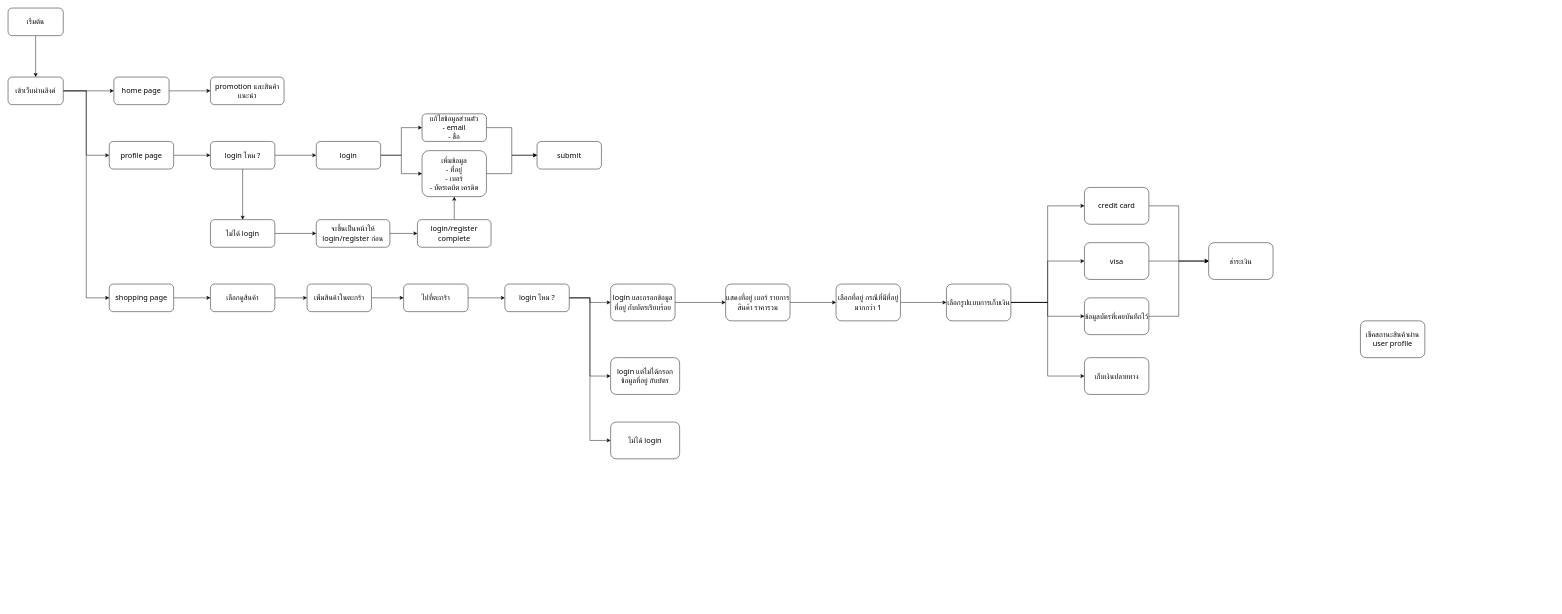
Pumpkin019/VIZ-MyShop keeps this draw.io diagram as page "Buy flow" (2 of 2) of Sell flow.drawio. Above is the earlier version. Source tidied: cells renumbered, new cells numbered last; positions are measured from the earlier drawing's top-left corner, leaving out a move shared by most shapes. Both pictures are drawn from the tidied source at 46%, with x=0, y=0 at pixel (8, 8).
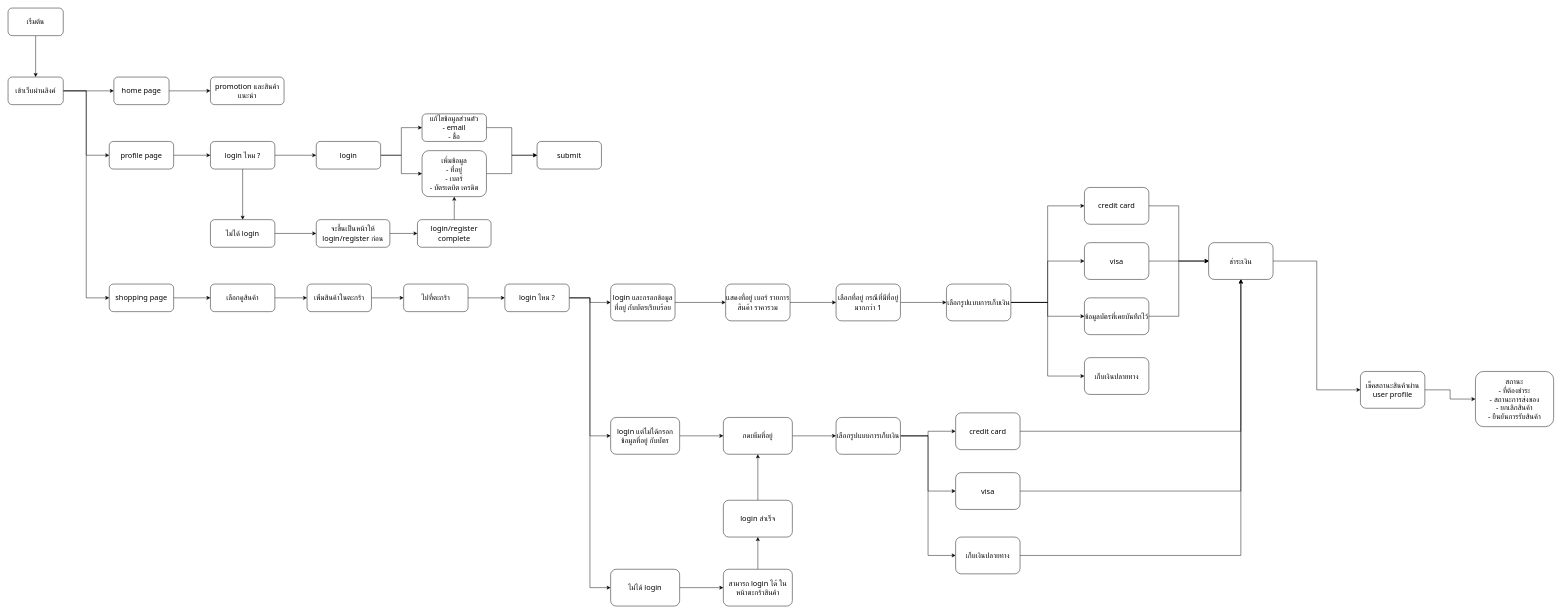
Above is the later version.

The change refers to these unchanged cells:
```xml
<mxCell id="60" value="ชำระเงิน" style="rounded=1;whiteSpace=wrap;html=1;fontFamily=Tahoma;fontSize=16;" parent="1" vertex="1">
  <mxGeometry x="2610" y="510" width="140" height="80" as="geometry" />
</mxCell>
```

The edit, as a diff of the source:
```diff
@@
+    <mxCell id="64" style="edgeStyle=orthogonalEdgeStyle;rounded=0;jettySize=auto;html=1;entryX=0;entryY=0.5;entryDx=0;entryDy=0;fontFamily=Tahoma;fontSize=16;" parent="1" edge="1" source="44" target="69">
+      <mxGeometry relative="1" as="geometry" />
+    </mxCell>
     <mxCell id="44" value="login แต่ไม่ได้กรอกข้อมูลที่อยู่ กับบัตร" style="rounded=1;whiteSpace=wrap;html=1;fontFamily=Tahoma;fontSize=16;" parent="1" vertex="1">
-      <mxGeometry x="1310" y="760" width="150" height="80" as="geometry" />
+      <mxGeometry x="1310" y="890" width="150" height="80" as="geometry" />
     </mxCell>
+    <mxCell id="65" style="edgeStyle=orthogonalEdgeStyle;rounded=0;jettySize=auto;html=1;fontFamily=Tahoma;fontSize=16;" parent="1" edge="1" source="45" target="81">
+      <mxGeometry relative="1" as="geometry" />
+    </mxCell>
     <mxCell id="45" value="ไม่ได้ login" style="rounded=1;whiteSpace=wrap;html=1;fontFamily=Tahoma;fontSize=16;" parent="1" vertex="1">
-      <mxGeometry x="1310" y="900" width="150" height="80" as="geometry" />
+      <mxGeometry x="1310" y="1220" width="150" height="80" as="geometry" />
     </mxCell>
@@
+    <mxCell id="66" style="edgeStyle=orthogonalEdgeStyle;rounded=0;jettySize=auto;html=1;entryX=0;entryY=0.5;entryDx=0;entryDy=0;fontFamily=Tahoma;fontSize=16;" parent="1" edge="1" source="60" target="63">
+      <mxGeometry relative="1" as="geometry" />
+    </mxCell>
@@
+    <mxCell id="67" style="edgeStyle=orthogonalEdgeStyle;rounded=0;jettySize=auto;html=1;fontFamily=Tahoma;fontSize=16;" parent="1" edge="1" source="63" target="84">
+      <mxGeometry relative="1" as="geometry" />
+    </mxCell>
     <mxCell id="63" value="เช็คสถานะสินค้าผ่าน user profile" style="rounded=1;whiteSpace=wrap;html=1;fontFamily=Tahoma;fontSize=16;" parent="1" vertex="1">
-      <mxGeometry x="2940" y="680" width="140" height="80" as="geometry" />
+      <mxGeometry x="2940" y="790" width="140" height="80" as="geometry" />
     </mxCell>
+    <mxCell id="68" style="edgeStyle=orthogonalEdgeStyle;rounded=0;jettySize=auto;html=1;fontFamily=Tahoma;fontSize=16;" parent="1" edge="1" source="69" target="73">
+      <mxGeometry relative="1" as="geometry" />
+    </mxCell>
+    <mxCell id="69" value="กดเพิ่มที่อยู่" style="rounded=1;whiteSpace=wrap;html=1;fontFamily=Tahoma;fontSize=16;" parent="1" vertex="1">
+      <mxGeometry x="1555" y="890" width="150" height="80" as="geometry" />
+    </mxCell>
+    <mxCell id="70" style="edgeStyle=orthogonalEdgeStyle;rounded=0;jettySize=auto;html=1;fontFamily=Tahoma;fontSize=16;" parent="1" edge="1" source="73" target="75">
+      <mxGeometry relative="1" as="geometry" />
+    </mxCell>
+    <mxCell id="71" style="edgeStyle=orthogonalEdgeStyle;rounded=0;jettySize=auto;html=1;entryX=0;entryY=0.5;entryDx=0;entryDy=0;fontFamily=Tahoma;fontSize=16;" parent="1" edge="1" source="73" target="77">
+      <mxGeometry relative="1" as="geometry" />
+    </mxCell>
+    <mxCell id="72" style="edgeStyle=orthogonalEdgeStyle;rounded=0;jettySize=auto;html=1;entryX=0;entryY=0.5;entryDx=0;entryDy=0;fontFamily=Tahoma;fontSize=16;" parent="1" edge="1" source="73" target="79">
+      <mxGeometry relative="1" as="geometry" />
+    </mxCell>
+    <mxCell id="73" value="เลือกรูปแบบการเก็บเงิน" style="rounded=1;whiteSpace=wrap;html=1;fontFamily=Tahoma;fontSize=16;" parent="1" vertex="1">
+      <mxGeometry x="1800" y="890" width="140" height="80" as="geometry" />
+    </mxCell>
+    <mxCell id="74" style="edgeStyle=orthogonalEdgeStyle;rounded=0;jettySize=auto;html=1;fontFamily=Tahoma;fontSize=16;" parent="1" edge="1" source="75" target="60">
+      <mxGeometry relative="1" as="geometry" />
+    </mxCell>
+    <mxCell id="75" value="credit card" style="rounded=1;whiteSpace=wrap;html=1;fontFamily=Tahoma;fontSize=16;" parent="1" vertex="1">
+      <mxGeometry x="2060" y="880" width="140" height="80" as="geometry" />
+    </mxCell>
+    <mxCell id="76" style="edgeStyle=orthogonalEdgeStyle;rounded=0;jettySize=auto;html=1;entryX=0.5;entryY=1;entryDx=0;entryDy=0;fontFamily=Tahoma;fontSize=16;" parent="1" edge="1" source="77" target="60">
+      <mxGeometry relative="1" as="geometry" />
+    </mxCell>
+    <mxCell id="77" value="visa" style="rounded=1;whiteSpace=wrap;html=1;fontFamily=Tahoma;fontSize=16;" parent="1" vertex="1">
+      <mxGeometry x="2060" y="1010" width="140" height="80" as="geometry" />
+    </mxCell>
+    <mxCell id="78" style="edgeStyle=orthogonalEdgeStyle;rounded=0;jettySize=auto;html=1;entryX=0.5;entryY=1;entryDx=0;entryDy=0;fontFamily=Tahoma;fontSize=16;" parent="1" edge="1" source="79" target="60">
+      <mxGeometry relative="1" as="geometry" />
+    </mxCell>
+    <mxCell id="79" value="เก็บเงินปลายทาง" style="rounded=1;whiteSpace=wrap;html=1;fontFamily=Tahoma;fontSize=16;" parent="1" vertex="1">
+      <mxGeometry x="2060" y="1150" width="140" height="80" as="geometry" />
+    </mxCell>
+    <mxCell id="80" style="edgeStyle=orthogonalEdgeStyle;rounded=0;jettySize=auto;html=1;fontFamily=Tahoma;fontSize=16;" parent="1" edge="1" source="81" target="83">
+      <mxGeometry relative="1" as="geometry" />
+    </mxCell>
+    <mxCell id="81" value="สามารถ login ได้ ในหน้าตะกร้าสินค้า" style="rounded=1;whiteSpace=wrap;html=1;fontFamily=Tahoma;fontSize=16;" parent="1" vertex="1">
+      <mxGeometry x="1555" y="1220" width="150" height="80" as="geometry" />
+    </mxCell>
+    <mxCell id="82" style="edgeStyle=orthogonalEdgeStyle;rounded=0;jettySize=auto;html=1;entryX=0.5;entryY=1;entryDx=0;entryDy=0;fontFamily=Tahoma;fontSize=16;" parent="1" edge="1" source="83" target="69">
+      <mxGeometry relative="1" as="geometry" />
+    </mxCell>
+    <mxCell id="83" value="login สำเร็จ" style="rounded=1;whiteSpace=wrap;html=1;fontFamily=Tahoma;fontSize=16;" parent="1" vertex="1">
+      <mxGeometry x="1555" y="1070" width="150" height="80" as="geometry" />
+    </mxCell>
+    <mxCell id="84" value="สถานะ&lt;br&gt;- ที่ต้องชำระ&lt;br&gt;- สถานะการส่งของ&lt;br&gt;- ยกเลิกสินค้า&lt;br&gt;- ยืนยันการรับสินค้า" style="rounded=1;whiteSpace=wrap;html=1;fontFamily=Tahoma;fontSize=16;" parent="1" vertex="1">
+      <mxGeometry x="3190" y="790" width="170" height="120" as="geometry" />
+    </mxCell>
```
